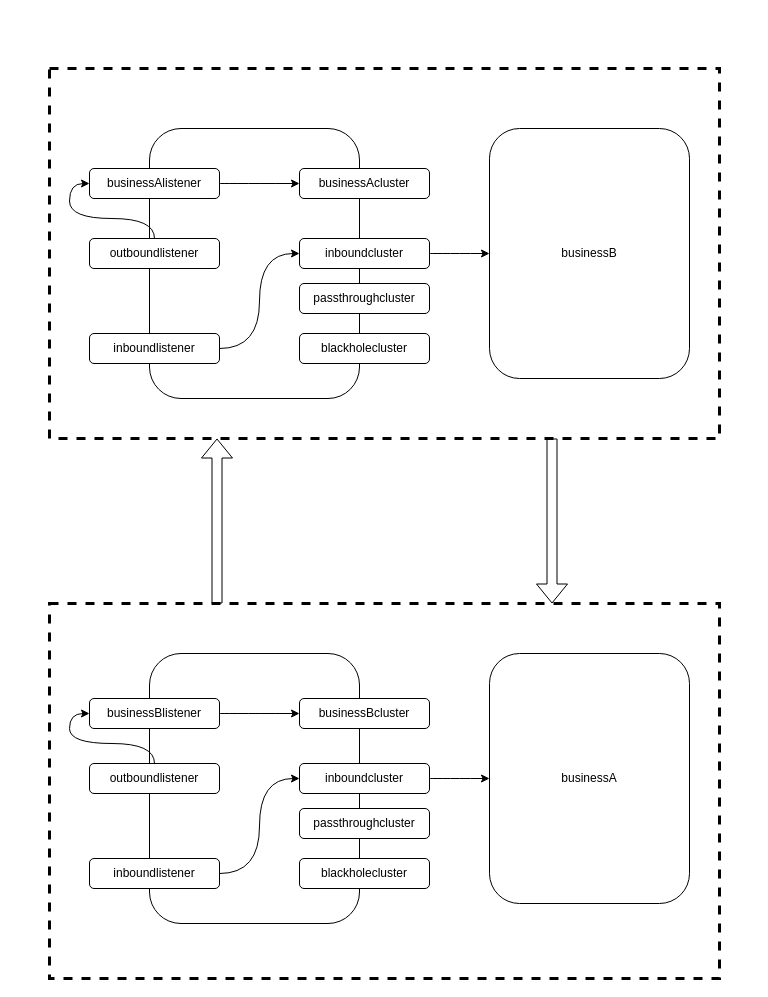
Earlier version of the draw.io diagram init-proxy.drawio (yueyangtian/draw). Source tidied: cells renumbered, new cells numbered last; positions are measured from the earlier drawing's top-left corner, leaving out a move shared by most shapes. Both pictures are drawn from the tidied source at 100%, with x=0, y=0 at pixel (49, 68).
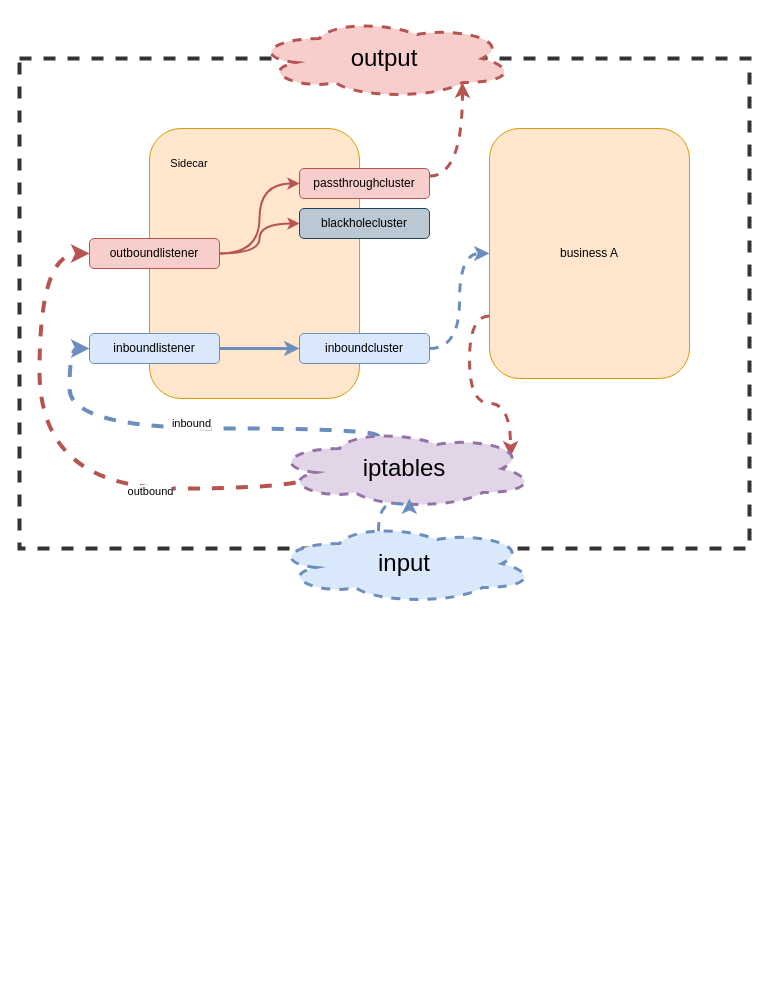
The same diagram, later.

What changed in the source:
```diff
@@
-    <mxCell id="2" style="rounded=0;whiteSpace=wrap;html=1;fillColor=none;dashed=1;strokeWidth=3;" parent="1" vertex="1">
-      <mxGeometry width="670" height="370" as="geometry" />
+    <mxCell id="2" style="rounded=0;whiteSpace=wrap;html=1;dashed=1;strokeWidth=4;strokeColor=#333333;" parent="1" vertex="1">
+      <mxGeometry x="-30" y="-10" width="730" height="490" as="geometry" />
     </mxCell>
-    <mxCell id="3" style="rounded=0;whiteSpace=wrap;html=1;fillColor=none;dashed=1;strokeWidth=3;" parent="1" vertex="1">
-      <mxGeometry y="535" width="670" height="375" as="geometry" />
-    </mxCell>
-    <mxCell id="4" style="rounded=1;whiteSpace=wrap;html=1;" parent="1" vertex="1">
-      <mxGeometry x="100" y="585" width="210" height="270" as="geometry" />
-    </mxCell>
-    <mxCell id="5" value="blackholecluster" style="rounded=1;whiteSpace=wrap;html=1;" parent="1" vertex="1">
-      <mxGeometry x="250" y="790" width="130" height="30" as="geometry" />
-    </mxCell>
-    <mxCell id="6" value="passthroughcluster" style="rounded=1;whiteSpace=wrap;html=1;" parent="1" vertex="1">
-      <mxGeometry x="250" y="740" width="130" height="30" as="geometry" />
-    </mxCell>
-    <mxCell id="7" style="edgeStyle=orthogonalEdgeStyle;jettySize=auto;html=1;entryX=0;entryY=0.5;entryDx=0;entryDy=0;curved=1;" parent="1" edge="1" source="8" target="12">
-      <mxGeometry relative="1" as="geometry" />
-    </mxCell>
-    <mxCell id="8" value="inboundlistener" style="rounded=1;whiteSpace=wrap;html=1;" parent="1" vertex="1">
-      <mxGeometry x="40" y="790" width="130" height="30" as="geometry" />
-    </mxCell>
-    <mxCell id="9" style="edgeStyle=orthogonalEdgeStyle;curved=1;jettySize=auto;html=1;entryX=0;entryY=0.5;entryDx=0;entryDy=0;" parent="1" edge="1" source="10" target="31">
-      <mxGeometry relative="1" as="geometry" />
-    </mxCell>
-    <mxCell id="10" value="outboundlistener" style="rounded=1;whiteSpace=wrap;html=1;" parent="1" vertex="1">
-      <mxGeometry x="40" y="695" width="130" height="30" as="geometry" />
-    </mxCell>
-    <mxCell id="11" style="edgeStyle=orthogonalEdgeStyle;curved=1;jettySize=auto;html=1;entryX=0;entryY=0.5;entryDx=0;entryDy=0;" parent="1" edge="1" source="12" target="13">
-      <mxGeometry relative="1" as="geometry" />
-    </mxCell>
-    <mxCell id="12" value="inboundcluster" style="rounded=1;whiteSpace=wrap;html=1;" parent="1" vertex="1">
-      <mxGeometry x="250" y="695" width="130" height="30" as="geometry" />
-    </mxCell>
-    <mxCell id="13" value="businessA" style="rounded=1;whiteSpace=wrap;html=1;" parent="1" vertex="1">
-      <mxGeometry x="440" y="585" width="200" height="250" as="geometry" />
-    </mxCell>
-    <mxCell id="14" style="rounded=1;whiteSpace=wrap;html=1;" parent="1" vertex="1">
+    <mxCell id="14" style="rounded=1;whiteSpace=wrap;html=1;fillColor=#ffe6cc;strokeColor=#d79b00;" parent="1" vertex="1">
       <mxGeometry x="100" y="60" width="210" height="270" as="geometry" />
     </mxCell>
-    <mxCell id="15" value="blackholecluster" style="rounded=1;whiteSpace=wrap;html=1;" parent="1" vertex="1">
-      <mxGeometry x="250" y="265" width="130" height="30" as="geometry" />
+    <mxCell id="15" value="blackholecluster" style="rounded=1;whiteSpace=wrap;html=1;fillColor=#bac8d3;strokeColor=#23445d;" parent="1" vertex="1">
+      <mxGeometry x="250" y="140" width="130" height="30" as="geometry" />
     </mxCell>
+    <mxCell id="32" style="edgeStyle=orthogonalEdgeStyle;curved=1;jettySize=auto;html=1;exitX=1;exitY=0.25;exitDx=0;exitDy=0;entryX=0.8;entryY=0.8;entryDx=0;entryDy=0;entryPerimeter=0;dashed=1;fontSize=11;strokeWidth=3;fillColor=#f8cecc;strokeColor=#b85450;" parent="1" edge="1" source="16" target="42">
+      <mxGeometry relative="1" as="geometry" />
+    </mxCell>
-    <mxCell id="16" value="passthroughcluster" style="rounded=1;whiteSpace=wrap;html=1;" parent="1" vertex="1">
-      <mxGeometry x="250" y="215" width="130" height="30" as="geometry" />
+    <mxCell id="16" value="passthroughcluster" style="rounded=1;whiteSpace=wrap;html=1;fillColor=#f8cecc;strokeColor=#b85450;" parent="1" vertex="1">
+      <mxGeometry x="250" y="100" width="130" height="30" as="geometry" />
     </mxCell>
-    <mxCell id="17" style="edgeStyle=orthogonalEdgeStyle;jettySize=auto;html=1;entryX=0;entryY=0.5;entryDx=0;entryDy=0;curved=1;" parent="1" edge="1" source="18" target="22">
+    <mxCell id="17" style="edgeStyle=orthogonalEdgeStyle;jettySize=auto;html=1;entryX=0;entryY=0.5;entryDx=0;entryDy=0;curved=1;fillColor=#dae8fc;strokeColor=#6c8ebf;strokeWidth=3;" parent="1" edge="1" source="18" target="22">
       <mxGeometry relative="1" as="geometry" />
     </mxCell>
-    <mxCell id="18" value="inboundlistener" style="rounded=1;whiteSpace=wrap;html=1;" parent="1" vertex="1">
+    <mxCell id="18" value="inboundlistener" style="rounded=1;whiteSpace=wrap;html=1;fillColor=#dae8fc;strokeColor=#6c8ebf;" parent="1" vertex="1">
       <mxGeometry x="40" y="265" width="130" height="30" as="geometry" />
     </mxCell>
-    <mxCell id="19" style="edgeStyle=orthogonalEdgeStyle;curved=1;jettySize=auto;html=1;entryX=0;entryY=0.5;entryDx=0;entryDy=0;" parent="1" edge="1" source="20" target="29">
-      <mxGeometry relative="1" as="geometry" />
-    </mxCell>
+    <mxCell id="33" style="edgeStyle=orthogonalEdgeStyle;curved=1;jettySize=auto;html=1;entryX=0;entryY=0.5;entryDx=0;entryDy=0;fillColor=#f8cecc;strokeColor=#b85450;strokeWidth=2;" parent="1" edge="1" source="20" target="16">
+      <mxGeometry relative="1" as="geometry" />
+    </mxCell>
+    <mxCell id="34" style="edgeStyle=orthogonalEdgeStyle;curved=1;jettySize=auto;html=1;entryX=0;entryY=0.5;entryDx=0;entryDy=0;fillColor=#f8cecc;strokeColor=#b85450;strokeWidth=2;" parent="1" edge="1" source="20" target="15">
+      <mxGeometry relative="1" as="geometry" />
+    </mxCell>
-    <mxCell id="20" value="outboundlistener" style="rounded=1;whiteSpace=wrap;html=1;" parent="1" vertex="1">
+    <mxCell id="20" value="outboundlistener" style="rounded=1;whiteSpace=wrap;html=1;fillColor=#f8cecc;strokeColor=#b85450;" parent="1" vertex="1">
       <mxGeometry x="40" y="170" width="130" height="30" as="geometry" />
     </mxCell>
-    <mxCell id="21" style="edgeStyle=orthogonalEdgeStyle;curved=1;jettySize=auto;html=1;entryX=0;entryY=0.5;entryDx=0;entryDy=0;" parent="1" edge="1" source="22" target="23">
+    <mxCell id="21" style="edgeStyle=orthogonalEdgeStyle;curved=1;jettySize=auto;html=1;entryX=0;entryY=0.5;entryDx=0;entryDy=0;fillColor=#dae8fc;strokeColor=#6c8ebf;strokeWidth=3;dashed=1;" parent="1" edge="1" source="22" target="23">
       <mxGeometry relative="1" as="geometry" />
     </mxCell>
-    <mxCell id="22" value="inboundcluster" style="rounded=1;whiteSpace=wrap;html=1;" parent="1" vertex="1">
-      <mxGeometry x="250" y="170" width="130" height="30" as="geometry" />
+    <mxCell id="22" value="inboundcluster" style="rounded=1;whiteSpace=wrap;html=1;fillColor=#dae8fc;strokeColor=#6c8ebf;" parent="1" vertex="1">
+      <mxGeometry x="250" y="265" width="130" height="30" as="geometry" />
     </mxCell>
+    <mxCell id="35" style="edgeStyle=orthogonalEdgeStyle;curved=1;jettySize=auto;html=1;exitX=0;exitY=0.75;exitDx=0;exitDy=0;entryX=0.908;entryY=0.35;entryDx=0;entryDy=0;entryPerimeter=0;dashed=1;fontSize=11;strokeWidth=3;fillColor=#f8cecc;strokeColor=#b85450;" parent="1" edge="1" source="23" target="40">
+      <mxGeometry relative="1" as="geometry" />
+    </mxCell>
-    <mxCell id="23" value="businessB" style="rounded=1;whiteSpace=wrap;html=1;" parent="1" vertex="1">
+    <mxCell id="23" value="business A" style="rounded=1;whiteSpace=wrap;html=1;fillColor=#ffe6cc;strokeColor=#d79b00;" parent="1" vertex="1">
       <mxGeometry x="440" y="60" width="200" height="250" as="geometry" />
     </mxCell>
-    <mxCell id="24" value="businessAcluster" style="rounded=1;whiteSpace=wrap;html=1;" parent="1" vertex="1">
-      <mxGeometry x="250" y="100" width="130" height="30" as="geometry" />
-    </mxCell>
-    <mxCell id="25" value="businessBcluster" style="rounded=1;whiteSpace=wrap;html=1;" parent="1" vertex="1">
-      <mxGeometry x="250" y="630" width="130" height="30" as="geometry" />
-    </mxCell>
-    <mxCell id="26" style="edgeStyle=orthogonalEdgeStyle;curved=1;jettySize=auto;html=1;exitX=0.25;exitY=0;exitDx=0;exitDy=0;entryX=0.25;entryY=1;entryDx=0;entryDy=0;shape=flexArrow;" parent="1" edge="1" source="3" target="2">
-      <mxGeometry relative="1" as="geometry" />
-    </mxCell>
-    <mxCell id="27" style="edgeStyle=orthogonalEdgeStyle;shape=flexArrow;curved=1;jettySize=auto;html=1;exitX=0.75;exitY=1;exitDx=0;exitDy=0;entryX=0.75;entryY=0;entryDx=0;entryDy=0;" parent="1" edge="1" source="2" target="3">
-      <mxGeometry relative="1" as="geometry" />
-    </mxCell>
-    <mxCell id="28" style="edgeStyle=orthogonalEdgeStyle;curved=1;jettySize=auto;html=1;entryX=0;entryY=0.5;entryDx=0;entryDy=0;" parent="1" edge="1" source="29" target="24">
-      <mxGeometry relative="1" as="geometry" />
-    </mxCell>
-    <mxCell id="29" value="businessAlistener" style="rounded=1;whiteSpace=wrap;html=1;" parent="1" vertex="1">
-      <mxGeometry x="40" y="100" width="130" height="30" as="geometry" />
-    </mxCell>
-    <mxCell id="30" style="edgeStyle=orthogonalEdgeStyle;curved=1;jettySize=auto;html=1;entryX=0;entryY=0.5;entryDx=0;entryDy=0;" parent="1" edge="1" source="31" target="25">
-      <mxGeometry relative="1" as="geometry" />
-    </mxCell>
-    <mxCell id="31" value="businessBlistener" style="rounded=1;whiteSpace=wrap;html=1;" parent="1" vertex="1">
-      <mxGeometry x="40" y="630" width="130" height="30" as="geometry" />
-    </mxCell>
+    <mxCell id="36" style="edgeStyle=orthogonalEdgeStyle;curved=1;jettySize=auto;html=1;exitX=0.4;exitY=0.1;exitDx=0;exitDy=0;exitPerimeter=0;entryX=0;entryY=0.5;entryDx=0;entryDy=0;fontSize=11;fillColor=#dae8fc;strokeColor=#6c8ebf;dashed=1;strokeWidth=4;" parent="1" edge="1" source="40" target="18">
+      <mxGeometry relative="1" as="geometry">
+        <Array as="points">
+          <mxPoint x="329" y="360" />
+          <mxPoint x="20" y="360" />
+          <mxPoint x="20" y="280" />
+        </Array>
+      </mxGeometry>
+    </mxCell>
+    <mxCell id="37" value="inbound" style="edgeLabel;html=1;align=center;verticalAlign=middle;fontSize=11;" parent="36" vertex="1">
+      <mxGeometry x="-0.06" y="-6" relative="1" as="geometry" />
+    </mxCell>
+    <mxCell id="38" style="edgeStyle=orthogonalEdgeStyle;curved=1;jettySize=auto;html=1;exitX=0.16;exitY=0.55;exitDx=0;exitDy=0;exitPerimeter=0;entryX=0;entryY=0.5;entryDx=0;entryDy=0;fontSize=11;fillColor=#f8cecc;strokeColor=#b85450;dashed=1;strokeWidth=4;" parent="1" edge="1" source="40" target="20">
+      <mxGeometry relative="1" as="geometry">
+        <Array as="points">
+          <mxPoint x="267" y="420" />
+          <mxPoint x="-10" y="420" />
+          <mxPoint x="-10" y="185" />
+        </Array>
+      </mxGeometry>
+    </mxCell>
+    <mxCell id="39" value="outbound" style="edgeLabel;html=1;align=center;verticalAlign=middle;fontSize=11;" parent="38" vertex="1">
+      <mxGeometry x="-0.37" y="2" relative="1" as="geometry" />
+    </mxCell>
+    <mxCell id="40" value="&lt;font style=&quot;font-size: 24px&quot;&gt;iptables&lt;/font&gt;" style="ellipse;shape=cloud;whiteSpace=wrap;html=1;dashed=1;strokeWidth=3;fillColor=#e1d5e7;strokeColor=#9673a6;" parent="1" vertex="1">
+      <mxGeometry x="225" y="360" width="260" height="80" as="geometry" />
+    </mxCell>
+    <mxCell id="41" value="Sidecar" style="text;html=1;strokeColor=none;fillColor=none;align=center;verticalAlign=middle;whiteSpace=wrap;rounded=0;dashed=1;fontSize=11;" parent="1" vertex="1">
+      <mxGeometry x="110" y="80" width="60" height="30" as="geometry" />
+    </mxCell>
+    <mxCell id="42" value="&lt;font style=&quot;font-size: 24px&quot;&gt;output&lt;/font&gt;" style="ellipse;shape=cloud;whiteSpace=wrap;html=1;dashed=1;strokeWidth=3;fillColor=#f8cecc;strokeColor=#b85450;" parent="1" vertex="1">
+      <mxGeometry x="205" y="-50" width="260" height="80" as="geometry" />
+    </mxCell>
+    <mxCell id="43" style="edgeStyle=orthogonalEdgeStyle;curved=1;jettySize=auto;html=1;exitX=0.4;exitY=0.1;exitDx=0;exitDy=0;exitPerimeter=0;entryX=0.519;entryY=0.875;entryDx=0;entryDy=0;entryPerimeter=0;dashed=1;fontSize=11;strokeWidth=3;fillColor=#dae8fc;strokeColor=#6c8ebf;" parent="1" edge="1" source="44" target="40">
+      <mxGeometry relative="1" as="geometry" />
+    </mxCell>
+    <mxCell id="44" value="&lt;span style=&quot;font-size: 24px&quot;&gt;input&lt;/span&gt;" style="ellipse;shape=cloud;whiteSpace=wrap;html=1;dashed=1;strokeWidth=3;fillColor=#dae8fc;strokeColor=#6c8ebf;" parent="1" vertex="1">
+      <mxGeometry x="225" y="455" width="260" height="80" as="geometry" />
+    </mxCell>
```
